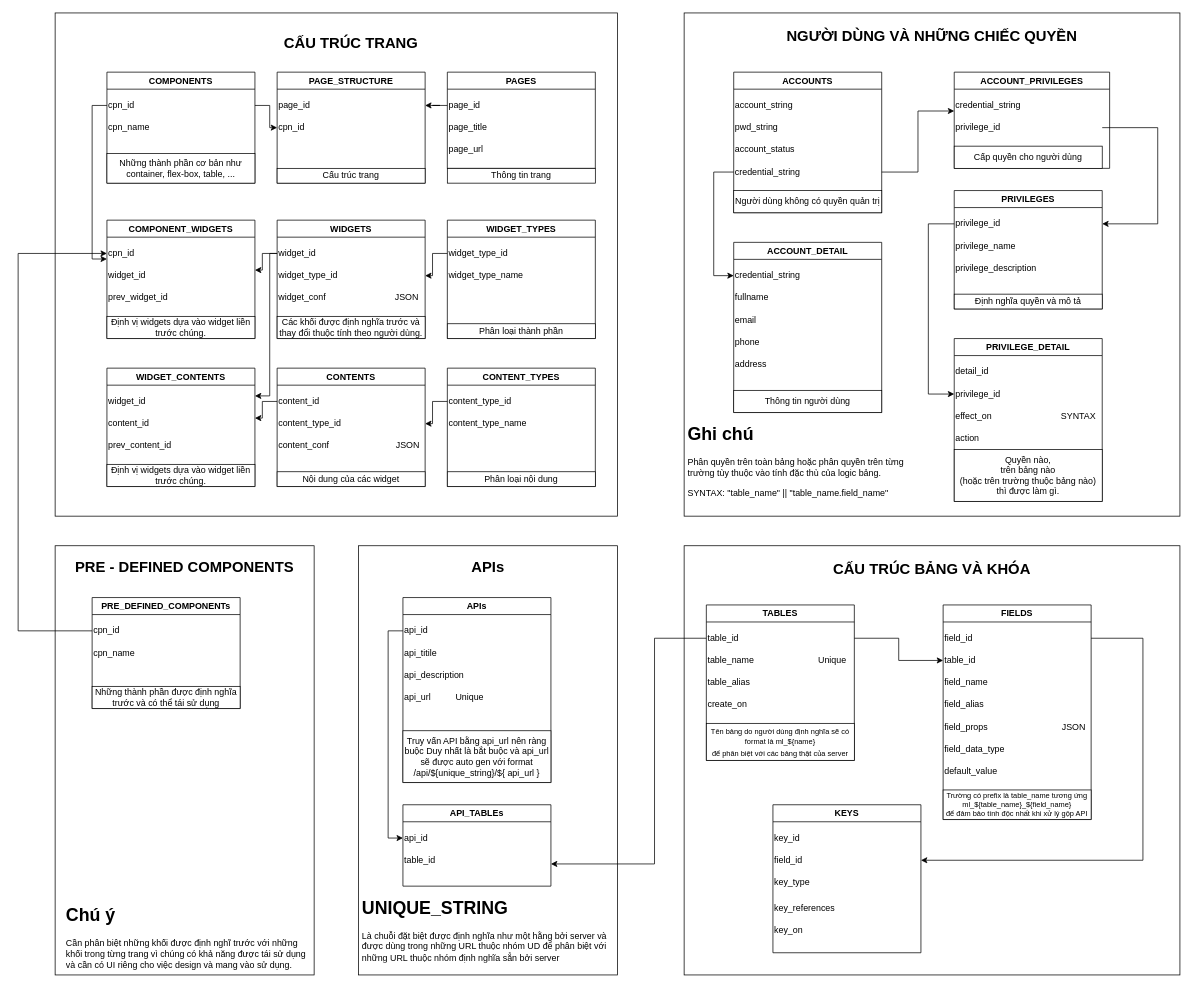
Above: CoreData.drawio in dbdev2912/khong_dc_khau_nghiep (draw.io), before the change. Source tidied: cells renumbered, new cells numbered last; positions are measured from the earlier drawing's top-left corner, leaving out a move shared by most shapes. Both pictures are drawn from the tidied source at 74%, with x=0, y=0 at pixel (18, 13).
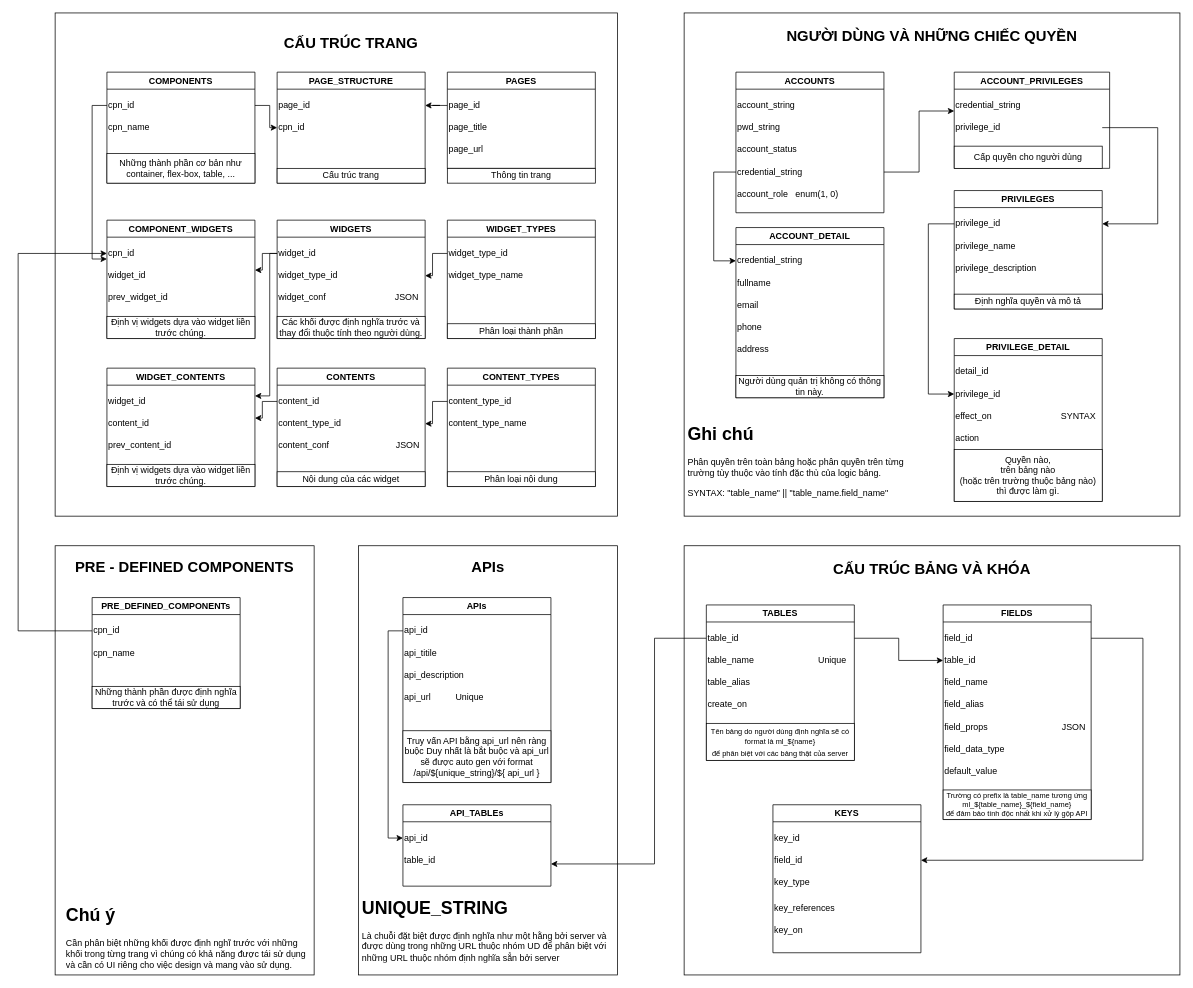
The same diagram, later.

Commit message:
Cập nhật CoreData.drawio

The change refers to these unchanged cells:
```xml
<mxCell id="59" value="credential_string" style="text;html=1;strokeColor=none;fillColor=none;align=left;verticalAlign=middle;whiteSpace=wrap;rounded=0;fontSize=12;" parent="55" vertex="1">
  <mxGeometry y="120" width="200" height="30" as="geometry" />
</mxCell>
<mxCell id="79" value="credential_string" style="text;html=1;strokeColor=none;fillColor=none;align=left;verticalAlign=middle;whiteSpace=wrap;rounded=0;fontSize=12;" parent="78" vertex="1">
  <mxGeometry y="30" width="200" height="30" as="geometry" />
</mxCell>
```

Change to the diagram source:
```diff
@@
     <mxCell id="55" value="ACCOUNTS" style="swimlane;whiteSpace=wrap;html=1;fontSize=12;" parent="1" vertex="1">
-      <mxGeometry x="967" y="80" width="200" height="190" as="geometry" />
+      <mxGeometry x="970" y="80" width="200" height="190" as="geometry" />
     </mxCell>
@@
-    <mxCell id="60" value="Người dùng không có quyền quản trị" style="rounded=0;whiteSpace=wrap;html=1;fontSize=12;" parent="55" vertex="1">
-      <mxGeometry y="160" width="200" height="30" as="geometry" />
-    </mxCell>
+    <mxCell id="135" value="account_role&lt;span style=&quot;white-space: pre;&quot;&gt; &lt;/span&gt;&lt;span style=&quot;white-space: pre;&quot;&gt; &lt;/span&gt;&lt;span style=&quot;white-space: pre;&quot;&gt; &lt;/span&gt;enum(1, 0)" style="text;html=1;strokeColor=none;fillColor=none;align=left;verticalAlign=middle;whiteSpace=wrap;rounded=0;fontSize=12;" parent="55" vertex="1">
+      <mxGeometry y="150" width="200" height="30" as="geometry" />
+    </mxCell>
@@
     <mxCell id="78" value="ACCOUNT_DETAIL" style="swimlane;whiteSpace=wrap;html=1;fontSize=12;" parent="1" vertex="1">
-      <mxGeometry x="967" y="310" width="200" height="230" as="geometry" />
+      <mxGeometry x="970" y="290" width="200" height="230" as="geometry" />
     </mxCell>
@@
-    <mxCell id="83" value="Thông tin người dùng" style="rounded=0;whiteSpace=wrap;html=1;fontSize=12;" parent="78" vertex="1">
+    <mxCell id="83" value="Người dùng quản trị không có thông tin này." style="rounded=0;whiteSpace=wrap;html=1;fontSize=12;" parent="78" vertex="1">
       <mxGeometry y="200" width="200" height="30" as="geometry" />
     </mxCell>
@@
     <mxCell id="85" style="edgeStyle=orthogonalEdgeStyle;rounded=0;jettySize=auto;html=1;entryX=0;entryY=0.5;entryDx=0;entryDy=0;fontSize=12;" parent="1" edge="1" source="59" target="79">
       <mxGeometry relative="1" as="geometry">
         <Array as="points">
           <mxPoint x="940" y="215" />
-          <mxPoint x="940" y="355" />
+          <mxPoint x="940" y="335" />
         </Array>
       </mxGeometry>
     </mxCell>
```
